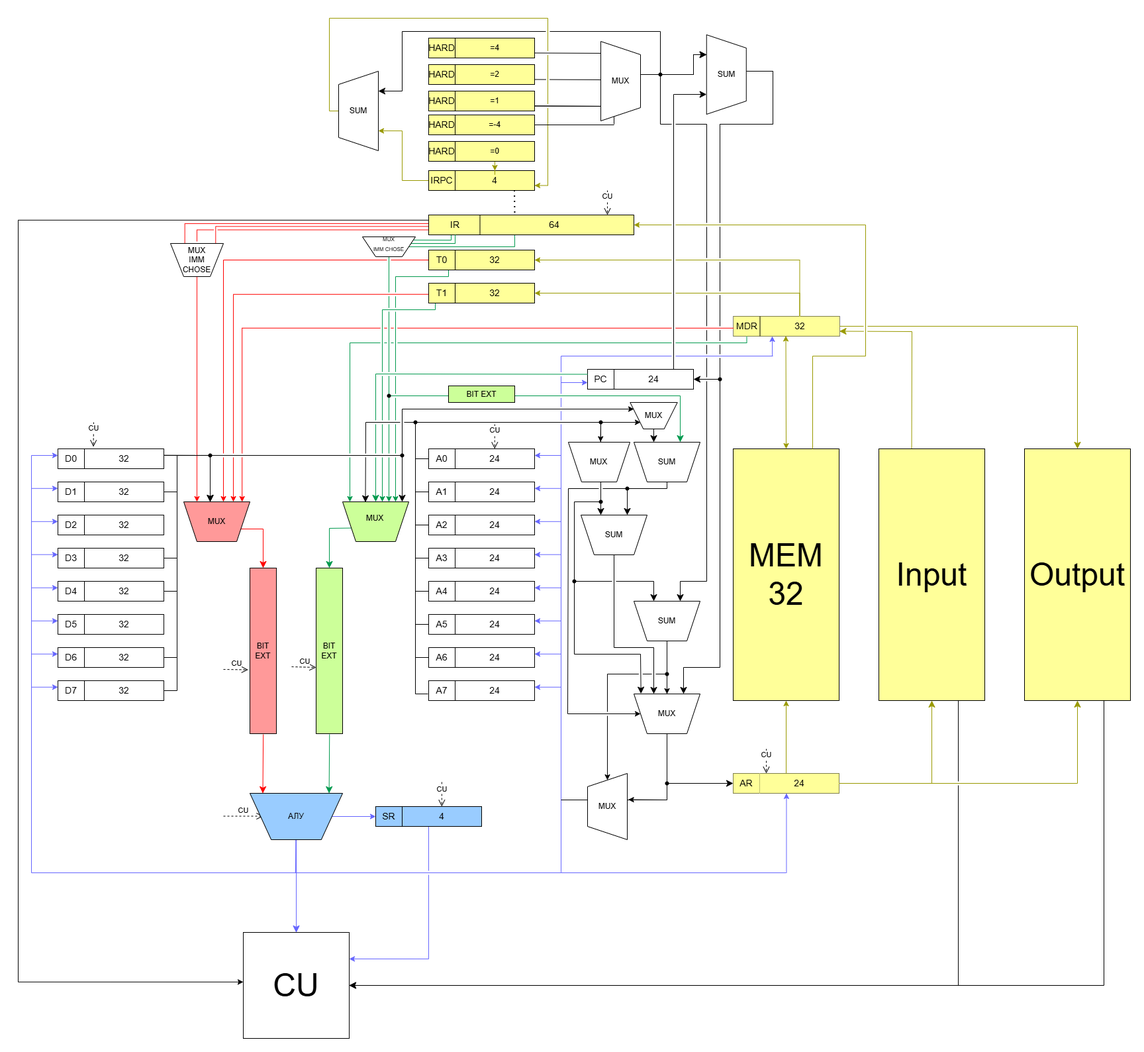
The draw.io diagram ФИНАЛ.drawio.png in vladimirasd/computer-archirecture, before a commit. Source tidied: cells renumbered, new cells last; positions are measured from the earlier drawing's top-left corner, leaving out a move shared by most shapes.
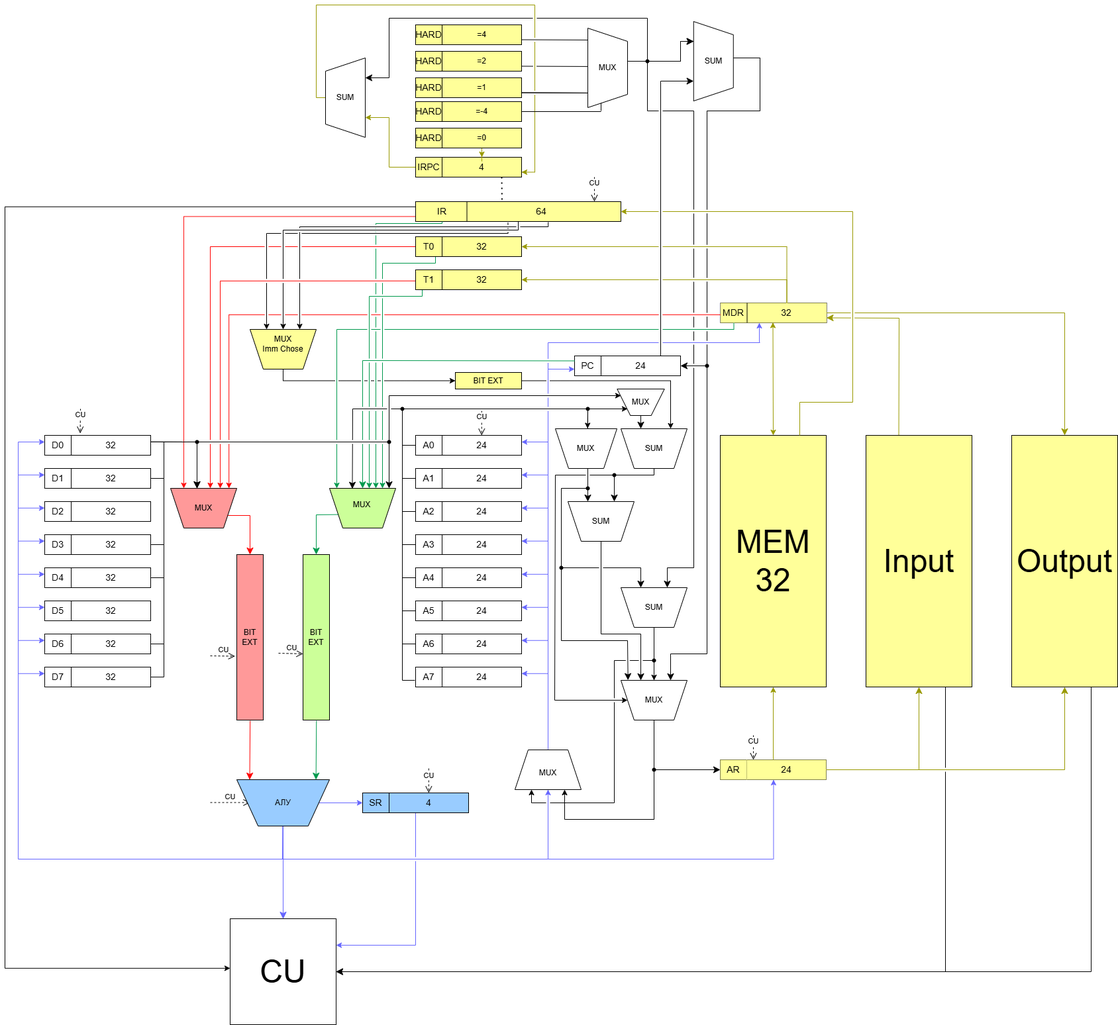
After the change.

The edit, as a diff of the source:
```diff
@@ -2,16 +2,6 @@
   <root>
     <mxCell id="0" />
     <mxCell id="1" parent="0" />
-    <mxCell id="2" style="edgeStyle=orthogonalEdgeStyle;rounded=0;orthogonalLoop=1;jettySize=auto;html=1;entryX=0.729;entryY=0.946;entryDx=0;entryDy=0;strokeColor=#FF0E0E;jumpStyle=gap;exitX=0;exitY=0.75;exitDx=0;exitDy=0;entryPerimeter=0;endArrow=none;endFill=0;" parent="1" edge="1">
-      <mxGeometry relative="1" as="geometry">
-        <mxPoint x="786.3" y="324.3" as="sourcePoint" />
-        <mxPoint x="250" y="340" as="targetPoint" />
-        <Array as="points">
-          <mxPoint x="786.3" y="314.3" />
-          <mxPoint x="298.3" y="314.3" />
-        </Array>
-      </mxGeometry>
-    </mxCell>
     <mxCell id="3" style="edgeStyle=orthogonalEdgeStyle;rounded=0;orthogonalLoop=1;jettySize=auto;html=1;entryX=0.367;entryY=-0.002;entryDx=0;entryDy=0;strokeColor=#FF0E0E;entryPerimeter=0;jumpStyle=gap;exitX=0;exitY=0.75;exitDx=0;exitDy=0;" parent="1" edge="1">
       <mxGeometry relative="1" as="geometry">
         <mxPoint x="620" y="319.5" as="sourcePoint" />
@@ -21,38 +11,6 @@
         </Array>
       </mxGeometry>
     </mxCell>
-    <mxCell id="4" style="edgeStyle=orthogonalEdgeStyle;rounded=0;jettySize=auto;html=1;entryX=0.729;entryY=0.946;entryDx=0;entryDy=0;strokeColor=#FF0E0E;jumpStyle=gap;exitX=0;exitY=0.75;exitDx=0;exitDy=0;entryPerimeter=0;endArrow=none;endFill=0;" parent="1" edge="1" source="297">
-      <mxGeometry relative="1" as="geometry">
-        <mxPoint x="300" y="340" as="targetPoint" />
-      </mxGeometry>
-    </mxCell>
-    <mxCell id="5" style="edgeStyle=orthogonalEdgeStyle;rounded=0;jettySize=auto;html=1;entryX=0.729;entryY=0.946;entryDx=0;entryDy=0;strokeColor=#FF0E0E;jumpStyle=gap;exitX=0;exitY=0.75;exitDx=0;exitDy=0;entryPerimeter=0;endArrow=none;endFill=0;" parent="1" edge="1" target="297">
-      <mxGeometry relative="1" as="geometry">
-        <mxPoint x="740" y="320" as="sourcePoint" />
-        <Array as="points">
-          <mxPoint x="740" y="310" />
-          <mxPoint x="252" y="310" />
-        </Array>
-      </mxGeometry>
-    </mxCell>
-    <mxCell id="6" style="edgeStyle=orthogonalEdgeStyle;rounded=0;jettySize=auto;html=1;entryDx=0;entryDy=0;strokeColor=#00994D;jumpStyle=gap;endArrow=none;endFill=0;entryX=0.034;entryY=0.839;exitX=0.045;exitY=0.919;exitDx=0;exitDy=0;exitPerimeter=0;entryPerimeter=0;" parent="1" edge="1" target="295">
-      <mxGeometry relative="1" as="geometry">
-        <mxPoint x="650.2" y="310" as="sourcePoint" />
-        <Array as="points">
-          <mxPoint x="654" y="310" />
-          <mxPoint x="654" y="335" />
-          <mxPoint x="600" y="335" />
-        </Array>
-      </mxGeometry>
-    </mxCell>
-    <mxCell id="7" style="edgeStyle=orthogonalEdgeStyle;rounded=0;jettySize=auto;html=1;entryDx=0;entryDy=0;strokeColor=#00994D;jumpStyle=gap;endArrow=none;endFill=0;entryX=1;entryY=0.75;exitX=0.045;exitY=0.919;exitDx=0;exitDy=0;exitPerimeter=0;" parent="1" edge="1" source="116" target="296">
-      <mxGeometry relative="1" as="geometry">
-        <Array as="points">
-          <mxPoint x="750" y="325" />
-          <mxPoint x="750" y="345" />
-        </Array>
-      </mxGeometry>
-    </mxCell>
     <mxCell id="8" style="edgeStyle=orthogonalEdgeStyle;rounded=0;jettySize=auto;html=1;" parent="1" edge="1" source="270" target="261">
       <mxGeometry relative="1" as="geometry" />
     </mxCell>
@@ -451,14 +409,31 @@
         <mxPoint x="419" y="1290" as="targetPoint" />
       </mxGeometry>
     </mxCell>
+    <mxCell id="300" style="edgeStyle=orthogonalEdgeStyle;rounded=0;jettySize=auto;html=1;entryX=0.5;entryY=0;entryDx=0;entryDy=0;jumpStyle=gap;" parent="1" edge="1" source="110" target="306">
+      <mxGeometry relative="1" as="geometry">
+        <Array as="points">
+          <mxPoint x="775" y="340" />
+          <mxPoint x="420" y="340" />
+        </Array>
+      </mxGeometry>
+    </mxCell>
+    <mxCell id="301" style="edgeStyle=orthogonalEdgeStyle;rounded=0;jettySize=auto;html=1;entryX=1;entryY=0;entryDx=0;entryDy=0;exitX=0.573;exitY=1.038;exitDx=0;exitDy=0;exitPerimeter=0;jumpStyle=gap;" parent="1" edge="1" source="116" target="306">
+      <mxGeometry relative="1" as="geometry">
+        <Array as="points">
+          <mxPoint x="820" y="335" />
+          <mxPoint x="445" y="335" />
+        </Array>
+      </mxGeometry>
+    </mxCell>
     <mxCell id="110" style="rounded=0;whiteSpace=wrap;html=1;fillColor=#FFFF99;" parent="1" vertex="1">
       <mxGeometry x="620" y="297" width="310" height="30" as="geometry" />
     </mxCell>
     <mxCell id="111" style="endArrow=none;html=1;rounded=0;exitX=0.25;exitY=0;exitDx=0;exitDy=0;entryX=0.25;entryY=1;entryDx=0;entryDy=0;" parent="1" edge="1" source="110" target="110">
       <mxGeometry relative="1" as="geometry" />
     </mxCell>
-    <mxCell id="112" style="edgeStyle=orthogonalEdgeStyle;rounded=0;jettySize=auto;html=1;entryX=0.25;entryY=0;entryDx=0;entryDy=0;strokeColor=#00994D;jumpStyle=gap;" parent="1" edge="1" source="267">
+    <mxCell id="112" style="edgeStyle=orthogonalEdgeStyle;rounded=0;orthogonalLoop=1;jettySize=auto;html=1;entryX=0.25;entryY=0;entryDx=0;entryDy=0;strokeColor=#00994D;jumpStyle=gap;" parent="1" edge="1">
       <mxGeometry relative="1" as="geometry">
+        <mxPoint x="560" y="570" as="sourcePoint" />
         <mxPoint x="560" y="730" as="targetPoint" />
       </mxGeometry>
     </mxCell>
@@ -473,17 +448,14 @@
         </Array>
       </mxGeometry>
     </mxCell>
-    <mxCell id="114" style="edgeStyle=none;curved=0;rounded=0;jettySize=auto;html=1;entryX=0.75;entryY=0;entryDx=0;entryDy=0;fontSize=12;startSize=8;endSize=8;strokeColor=#00994D;jumpStyle=gap;" parent="1" edge="1" source="115">
-      <mxGeometry relative="1" as="geometry">
-        <mxPoint x="1000" y="640" as="targetPoint" />
-        <Array as="points">
-          <mxPoint x="660" y="340" />
-          <mxPoint x="560" y="340" />
-          <mxPoint x="560" y="570" />
-          <mxPoint x="1000" y="570" />
-        </Array>
-      </mxGeometry>
-    </mxCell>
+    <mxCell id="302" style="edgeStyle=orthogonalEdgeStyle;rounded=0;jettySize=auto;html=1;entryX=0;entryY=0;entryDx=0;entryDy=0;exitX=0.139;exitY=1.057;exitDx=0;exitDy=0;exitPerimeter=0;jumpStyle=gap;" parent="1" edge="1" source="116" target="306">
+      <mxGeometry relative="1" as="geometry">
+        <Array as="points">
+          <mxPoint x="760" y="345" />
+          <mxPoint x="395" y="345" />
+        </Array>
+      </mxGeometry>
+    </mxCell>
     <mxCell id="115" value="&lt;span style=&quot;font-size: 14px;&quot;&gt;IR&lt;/span&gt;" style="text;html=1;align=center;verticalAlign=middle;whiteSpace=wrap;rounded=0;" parent="1" vertex="1">
       <mxGeometry x="620" y="297" width="80" height="30" as="geometry" />
     </mxCell>
@@ -780,8 +752,8 @@
     <mxCell id="175" style="edgeStyle=orthogonalEdgeStyle;rounded=0;jettySize=auto;html=1;entryX=1;entryY=0.5;entryDx=0;entryDy=0;fillColor=#999900;strokeColor=#999900;jumpStyle=gap;exitX=0.75;exitY=0;exitDx=0;exitDy=0;" parent="1" edge="1" source="9" target="110">
       <mxGeometry relative="1" as="geometry">
         <Array as="points">
-          <mxPoint x="1200" y="510" />
-          <mxPoint x="1280" y="510" />
+          <mxPoint x="1200" y="600" />
+          <mxPoint x="1280" y="600" />
           <mxPoint x="1280" y="312" />
         </Array>
       </mxGeometry>
@@ -1091,10 +1063,10 @@
     </mxCell>
     <mxCell id="234" style="edgeStyle=none;curved=0;rounded=0;jettySize=auto;html=1;fontSize=12;startSize=8;endSize=8;endArrow=none;endFill=0;exitX=0.5;exitY=0;exitDx=0;exitDy=0;" parent="1" edge="1" source="260">
       <mxGeometry relative="1" as="geometry">
-        <mxPoint x="820" y="1180" as="targetPoint" />
+        <mxPoint x="850" y="1230" as="targetPoint" />
         <Array as="points">
           <mxPoint x="980" y="1155" />
-          <mxPoint x="980" y="1180" />
+          <mxPoint x="980" y="1230" />
         </Array>
       </mxGeometry>
     </mxCell>
@@ -1236,17 +1208,15 @@
     <mxCell id="265" value="MUX" style="text;html=1;whiteSpace=wrap;strokeColor=none;fillColor=none;align=center;verticalAlign=middle;rounded=0;" parent="1" vertex="1">
       <mxGeometry x="514" y="740" width="50" height="30" as="geometry" />
     </mxCell>
-    <mxCell id="266" style="edgeStyle=orthogonalEdgeStyle;rounded=0;jettySize=auto;html=1;entryDx=0;entryDy=0;strokeColor=#00994D;jumpStyle=gap;endArrow=none;endFill=0;" parent="1" edge="1" source="115" target="267">
+    <mxCell id="266" style="edgeStyle=orthogonalEdgeStyle;rounded=0;jettySize=auto;html=1;entryDx=0;entryDy=0;strokeColor=#00994D;jumpStyle=gap;endArrow=none;endFill=0;" parent="1" edge="1" source="115">
       <mxGeometry relative="1" as="geometry">
+        <mxPoint x="560" y="570" as="targetPoint" />
         <Array as="points">
-          <mxPoint x="660" y="340" />
-          <mxPoint x="560" y="340" />
+          <mxPoint x="660" y="330" />
+          <mxPoint x="560" y="330" />
         </Array>
       </mxGeometry>
     </mxCell>
-    <mxCell id="267" style="shape=waypoint;sketch=0;fillStyle=solid;size=6;points=[];fillColor=none;perimeter=centerPerimeter;snapToPoint=1;" parent="1" vertex="1">
-      <mxGeometry x="550" y="560" width="20" height="20" as="geometry" />
-    </mxCell>
     <mxCell id="268" style="shape=waypoint;sketch=0;fillStyle=solid;size=6;fillColor=none;perimeter=centerPerimeter;" parent="1" vertex="1">
       <mxGeometry x="590" y="600" width="20" height="20" as="geometry" />
     </mxCell>
@@ -1282,13 +1252,13 @@
     <mxCell id="277" style="endArrow=classic;html=1;rounded=0;entryX=0.477;entryY=1.008;entryDx=0;entryDy=0;entryPerimeter=0;exitX=0.885;exitY=0.623;exitDx=0;exitDy=0;exitPerimeter=0;" parent="1" edge="1" source="274" target="137">
       <mxGeometry relative="1" as="geometry" />
     </mxCell>
-    <mxCell id="278" style="shape=trapezoid;perimeter=trapezoidPerimeter;whiteSpace=wrap;html=1;fixedSize=1;rotation=-90;" parent="1" vertex="1">
-      <mxGeometry x="840" y="1160" width="100" height="60" as="geometry" />
+    <mxCell id="278" style="shape=trapezoid;perimeter=trapezoidPerimeter;whiteSpace=wrap;html=1;fixedSize=1;rotation=0;" parent="1" vertex="1">
+      <mxGeometry x="770" y="1125" width="100" height="60" as="geometry" />
     </mxCell>
     <mxCell id="279" value="MUX" style="text;html=1;whiteSpace=wrap;strokeColor=none;fillColor=none;align=center;verticalAlign=middle;rounded=0;" parent="1" vertex="1">
-      <mxGeometry x="865" y="1175" width="50" height="30" as="geometry" />
+      <mxGeometry x="795" y="1145" width="50" height="30" as="geometry" />
     </mxCell>
-    <mxCell id="280" style="edgeStyle=orthogonalEdgeStyle;rounded=0;jettySize=auto;html=1;jumpStyle=gap;" parent="1" edge="1" source="282" target="278">
+    <mxCell id="280" style="edgeStyle=orthogonalEdgeStyle;rounded=0;jettySize=auto;html=1;jumpStyle=gap;entryX=0.25;entryY=1;entryDx=0;entryDy=0;" parent="1" edge="1" source="282" target="278">
       <mxGeometry relative="1" as="geometry" />
     </mxCell>
     <mxCell id="281" style="edgeStyle=orthogonalEdgeStyle;rounded=0;jettySize=auto;html=1;jumpStyle=gap;" parent="1" edge="1" target="282">
@@ -1299,9 +1269,12 @@
     <mxCell id="282" style="shape=waypoint;sketch=0;fillStyle=solid;size=6;points=[];fillColor=none;perimeter=centerPerimeter;snapToPoint=1;" parent="1" vertex="1">
       <mxGeometry x="970" y="980" width="20" height="20" as="geometry" />
     </mxCell>
-    <mxCell id="283" style="endArrow=classic;html=1;rounded=0;entryX=0.604;entryY=1.027;entryDx=0;entryDy=0;entryPerimeter=0;" parent="1" edge="1" target="278">
+    <mxCell id="283" style="endArrow=classic;html=1;rounded=0;entryX=0.75;entryY=1;entryDx=0;entryDy=0;" parent="1" edge="1" target="278">
       <mxGeometry relative="1" as="geometry">
-        <mxPoint x="980" y="1180" as="sourcePoint" />
+        <mxPoint x="980" y="1230" as="sourcePoint" />
+        <Array as="points">
+          <mxPoint x="845" y="1230" />
+        </Array>
       </mxGeometry>
     </mxCell>
     <mxCell id="284" value="CU" style="html=1;verticalAlign=bottom;endArrow=open;dashed=1;endSize=8;curved=0;rounded=0;entryX=-0.067;entryY=0.614;entryDx=0;entryDy=0;entryPerimeter=0;" parent="1" edge="1" target="228">
@@ -1350,20 +1323,32 @@
     <mxCell id="294" style="shape=waypoint;sketch=0;fillStyle=solid;size=6;fillColor=none;perimeter=centerPerimeter;" parent="1" vertex="1">
       <mxGeometry x="1050" y="535" width="20" height="20" as="geometry" />
     </mxCell>
-    <mxCell id="295" style="shape=trapezoid;perimeter=trapezoidPerimeter;whiteSpace=wrap;html=1;fixedSize=1;rotation=-180;" parent="1" vertex="1">
-      <mxGeometry x="520" y="330" width="80" height="30" as="geometry" />
-    </mxCell>
-    <mxCell id="296" value="&lt;font style=&quot;font-size: 8px;&quot;&gt;MUX&lt;/font&gt;&lt;br&gt;&lt;font style=&quot;font-size: 8px;&quot;&gt;IMM CHOSE&lt;/font&gt;" style="text;html=1;whiteSpace=wrap;strokeColor=none;fillColor=none;align=center;verticalAlign=middle;rounded=0;" parent="1" vertex="1">
-      <mxGeometry x="530" y="330" width="60" height="20" as="geometry" />
-    </mxCell>
-    <mxCell id="297" style="shape=trapezoid;perimeter=trapezoidPerimeter;whiteSpace=wrap;html=1;fixedSize=1;rotation=-180;" parent="1" vertex="1">
-      <mxGeometry x="230" y="340" width="80" height="50" as="geometry" />
-    </mxCell>
-    <mxCell id="298" value="MUX&lt;br&gt;IMM CHOSE" style="text;html=1;whiteSpace=wrap;strokeColor=none;fillColor=none;align=center;verticalAlign=middle;rounded=0;" parent="1" vertex="1">
-      <mxGeometry x="240" y="350" width="60" height="30" as="geometry" />
-    </mxCell>
+    <mxCell id="303" style="edgeStyle=orthogonalEdgeStyle;rounded=0;jettySize=auto;html=1;entryX=0.25;entryY=1;entryDx=0;entryDy=0;jumpStyle=gap;" parent="1" edge="1" source="299" target="135">
+      <mxGeometry relative="1" as="geometry" />
+    </mxCell>
-    <mxCell id="299" value="BIT EXT" style="rounded=0;whiteSpace=wrap;html=1;fillColor=#CCFF99;" parent="1" vertex="1">
-      <mxGeometry x="650" y="555" width="100" height="25" as="geometry" />
+    <mxCell id="299" value="BIT EXT" style="rounded=0;whiteSpace=wrap;html=1;fillColor=#FFFF99;" parent="1" vertex="1">
+      <mxGeometry x="680" y="555" width="100" height="25" as="geometry" />
     </mxCell>
+    <mxCell id="304" style="edgeStyle=orthogonalEdgeStyle;rounded=0;jettySize=auto;html=1;entryX=0;entryY=0.5;entryDx=0;entryDy=0;curved=0;jumpStyle=gap;" parent="1" edge="1" source="305" target="299">
+      <mxGeometry relative="1" as="geometry">
+        <Array as="points">
+          <mxPoint x="420" y="568" />
+        </Array>
+      </mxGeometry>
+    </mxCell>
+    <mxCell id="305" style="shape=trapezoid;perimeter=trapezoidPerimeter;whiteSpace=wrap;html=1;fixedSize=1;rotation=-180;fillColor=#FFFF99;" parent="1" vertex="1">
+      <mxGeometry x="370" y="490" width="100" height="60" as="geometry" />
+    </mxCell>
+    <mxCell id="306" value="MUX" style="text;html=1;whiteSpace=wrap;strokeColor=none;fillColor=none;align=center;verticalAlign=middle;rounded=0;" parent="1" vertex="1">
+      <mxGeometry x="395" y="490" width="50" height="30" as="geometry" />
+    </mxCell>
+    <mxCell id="307" value="Imm Chose" style="text;html=1;whiteSpace=wrap;strokeColor=none;fillColor=none;align=center;verticalAlign=middle;rounded=0;" parent="1" vertex="1">
+      <mxGeometry x="380" y="505" width="80" height="30" as="geometry" />
+    </mxCell>
+    <mxCell id="308" style="endArrow=classic;html=1;rounded=0;entryX=0.5;entryY=1;entryDx=0;entryDy=0;strokeColor=#6666FF;" parent="1" edge="1" target="278">
+      <mxGeometry relative="1" as="geometry">
+        <mxPoint x="820" y="1210" as="sourcePoint" />
+      </mxGeometry>
+    </mxCell>
   </root>
 </mxGraphModel>
```
